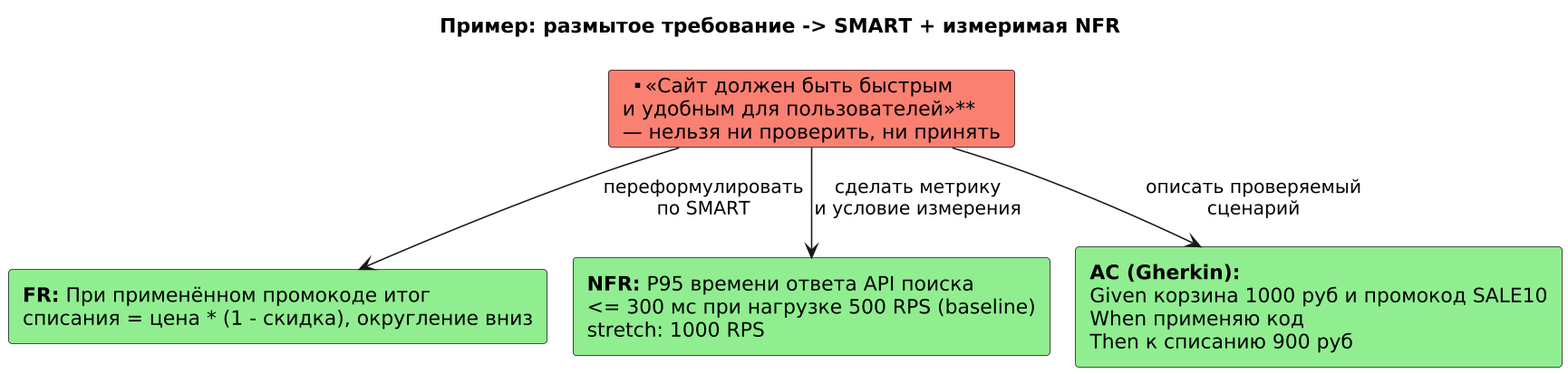
maedodo11/fullstack-system-analyst keeps this PlantUML diagram as images_examples/ex02_smart_vs_vague.png. Above is the earlier version. Its source is kept beside it as puml_examples/ex02_smart_vs_vague.puml.
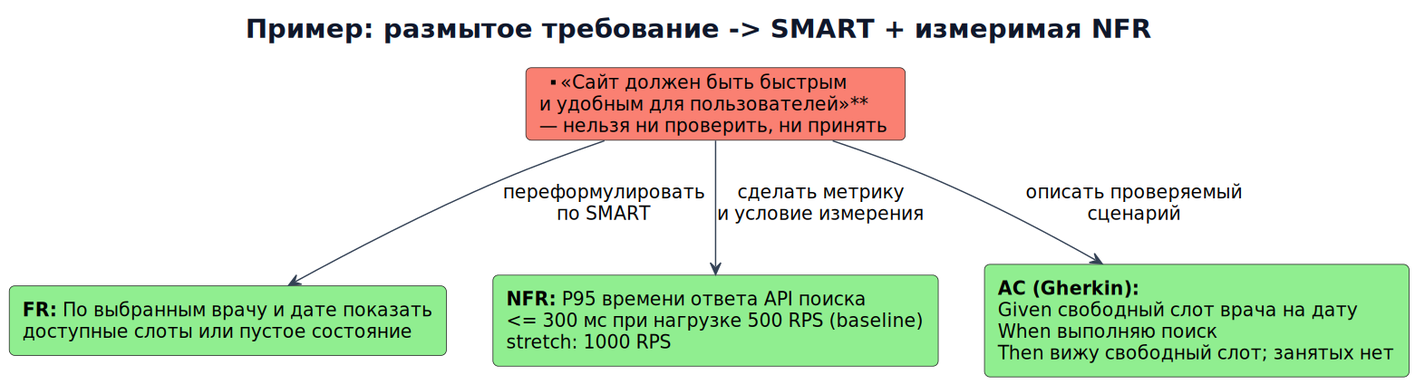
The same diagram one commit later.

Change to the diagram source:
```diff
@@ -1,11 +1,20 @@
 @startuml ex02_smart_vs_vague
-!pragma layout smetana
+skinparam defaultFontName "DejaVu Sans"
+skinparam defaultFontSize 14
+skinparam backgroundColor #FFFFFF
+skinparam shadowing false
+skinparam roundcorner 8
+skinparam ArrowColor #334155
+skinparam titleFontColor #0F172A
+skinparam titleFontSize 20
+skinparam noteBackgroundColor #FFF7ED
+skinparam noteBorderColor #D97706
+skinparam dpi 140
 title Пример: размытое требование -> SMART + измеримая NFR
-skinparam defaultFontName "DejaVu Sans"
 card "**«Сайт должен быть быстрым\nи удобным для пользователей»**\n— нельзя ни проверить, ни принять" as BAD #Salmon
-rectangle "**FR:** При применённом промокоде итог\nсписания = цена * (1 - скидка), округление вниз" as FR #LightGreen
+rectangle "**FR:** По выбранным врачу и дате показать\nдоступные слоты или пустое состояние" as FR #LightGreen
 rectangle "**NFR:** P95 времени ответа API поиска\n<= 300 мс при нагрузке 500 RPS (baseline)\nstretch: 1000 RPS" as NFR #LightGreen
-rectangle "**AC (Gherkin):**\nGiven корзина 1000 руб и промокод SALE10\nWhen применяю код\nThen к списанию 900 руб" as AC #LightGreen
+rectangle "**AC (Gherkin):**\nGiven свободный слот врача на дату\nWhen выполняю поиск\nThen вижу свободный слот; занятых нет" as AC #LightGreen
 BAD -down-> FR : переформулировать\nпо SMART
 BAD -down-> NFR : сделать метрику\nи условие измерения
 BAD -down-> AC : описать проверяемый\nсценарий
```
